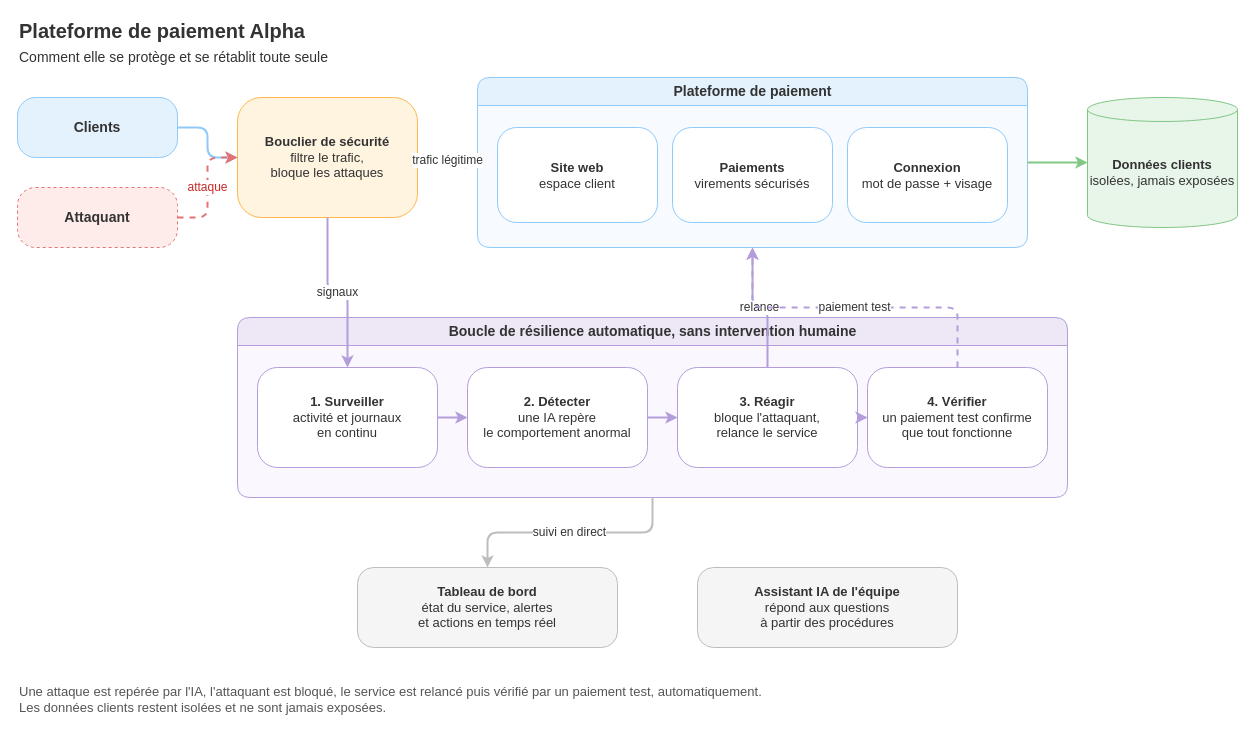
Rococo77/Workshop-26 keeps this draw.io diagram as docs/diagrams/architecture-client.drawio. Above is the earlier version. Source tidied: cells renumbered, new cells numbered last; positions are measured from the earlier drawing's top-left corner, leaving out a move shared by most shapes. Both pictures are drawn from the tidied source at 100%, with x=0, y=0 at pixel (17, 17).
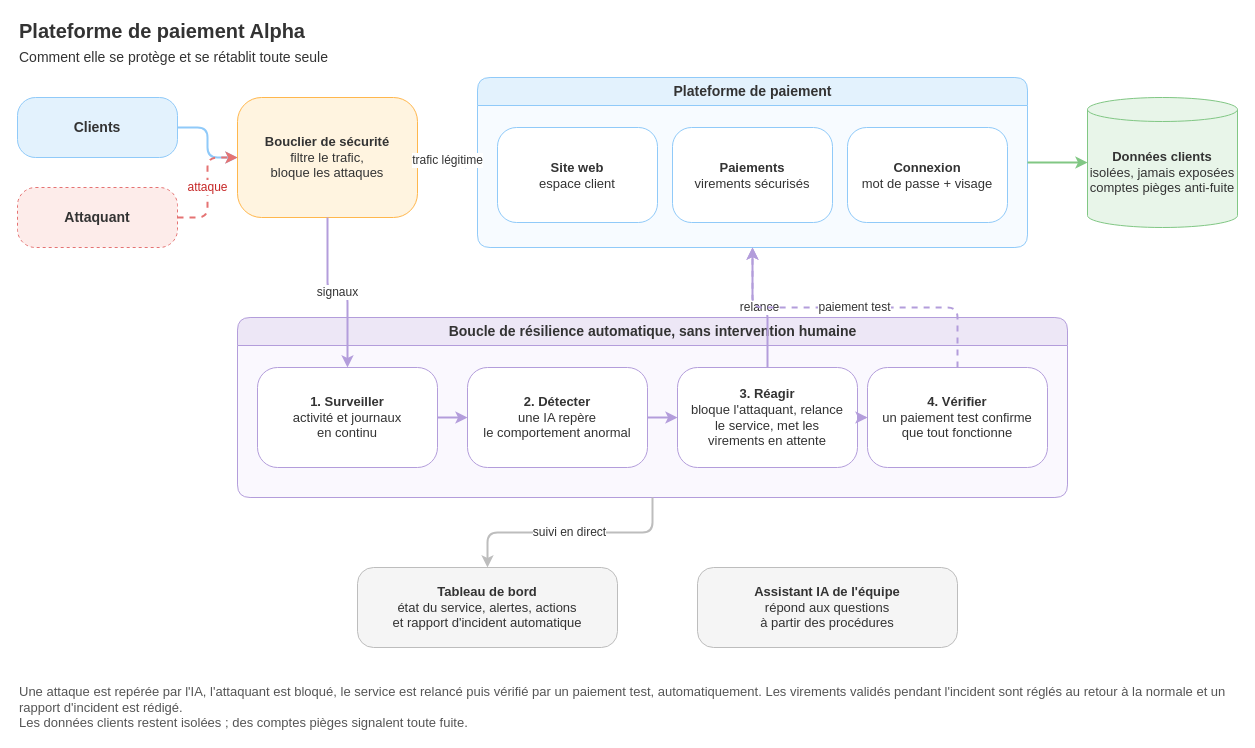
The same page after the edit.

Unchanged cells that the change refers to:
```xml
<mxCell id="11" value="Boucle de résilience automatique, sans intervention humaine" style="swimlane;startSize=28;html=1;rounded=1;fontSize=14;fontStyle=1;fillColor=#ede7f6;strokeColor=#b39ddb;fontColor=#333333;swimlaneFillColor=#faf8fe;" parent="1" vertex="1">
  <mxGeometry x="220" y="300" width="830" height="180" as="geometry" />
</mxCell>
```

Diff of the diagram source:
```diff
@@
-    <mxCell id="10" value="&lt;b&gt;Données clients&lt;/b&gt;&lt;br&gt;isolées, jamais exposées" style="shape=cylinder3;whiteSpace=wrap;html=1;boundedLbl=1;size=12;fontSize=13;fillColor=#e8f5e9;strokeColor=#81c784;fontColor=#333333;" parent="1" vertex="1">
+    <mxCell id="10" value="&lt;b&gt;Données clients&lt;/b&gt;&lt;br&gt;isolées, jamais exposées&lt;br&gt;comptes pièges anti-fuite" style="shape=cylinder3;whiteSpace=wrap;html=1;boundedLbl=1;size=12;fontSize=13;fillColor=#e8f5e9;strokeColor=#81c784;fontColor=#333333;" parent="1" vertex="1">
       <mxGeometry x="1070" y="80" width="150" height="130" as="geometry" />
     </mxCell>
@@
-    <mxCell id="14" value="&lt;b&gt;3. Réagir&lt;/b&gt;&lt;br&gt;bloque l'attaquant,&lt;br&gt;relance le service" style="rounded=1;arcSize=20;whiteSpace=wrap;html=1;fontSize=13;fillColor=#ffffff;strokeColor=#b39ddb;fontColor=#333333;" parent="11" vertex="1">
+    <mxCell id="14" value="&lt;b&gt;3. Réagir&lt;/b&gt;&lt;br&gt;bloque l'attaquant, relance&lt;br&gt;le service, met les&lt;br&gt;virements en attente" style="rounded=1;arcSize=20;whiteSpace=wrap;html=1;fontSize=13;fillColor=#ffffff;strokeColor=#b39ddb;fontColor=#333333;" parent="11" vertex="1">
       <mxGeometry x="440" y="50" width="180" height="100" as="geometry" />
     </mxCell>
@@
-    <mxCell id="16" value="&lt;b&gt;Tableau de bord&lt;/b&gt;&lt;br&gt;état du service, alertes&lt;br&gt;et actions en temps réel" style="rounded=1;arcSize=20;whiteSpace=wrap;html=1;fontSize=13;fillColor=#f5f5f5;strokeColor=#bdbdbd;fontColor=#333333;" parent="1" vertex="1">
+    <mxCell id="16" value="&lt;b&gt;Tableau de bord&lt;/b&gt;&lt;br&gt;état du service, alertes, actions&lt;br&gt;et rapport d'incident automatique" style="rounded=1;arcSize=20;whiteSpace=wrap;html=1;fontSize=13;fillColor=#f5f5f5;strokeColor=#bdbdbd;fontColor=#333333;" parent="1" vertex="1">
       <mxGeometry x="340" y="550" width="260" height="80" as="geometry" />
     </mxCell>
@@
-    <mxCell id="29" value="Une attaque est repérée par l'IA, l'attaquant est bloqué, le service est relancé puis vérifié par un paiement test, automatiquement.&lt;br&gt;Les données clients restent isolées et ne sont jamais exposées." style="text;html=1;align=left;verticalAlign=top;whiteSpace=wrap;fontSize=13;fontColor=#555555;" parent="1" vertex="1">
+    <mxCell id="29" value="Une attaque est repérée par l'IA, l'attaquant est bloqué, le service est relancé puis vérifié par un paiement test, automatiquement. Les virements validés pendant l'incident sont réglés au retour à la normale et un rapport d'incident est rédigé.&lt;br&gt;Les données clients restent isolées ; des comptes pièges signalent toute fuite." style="text;html=1;align=left;verticalAlign=top;whiteSpace=wrap;fontSize=13;fontColor=#555555;" parent="1" vertex="1">
       <mxGeometry y="660" width="1220" height="50" as="geometry" />
     </mxCell>
```
